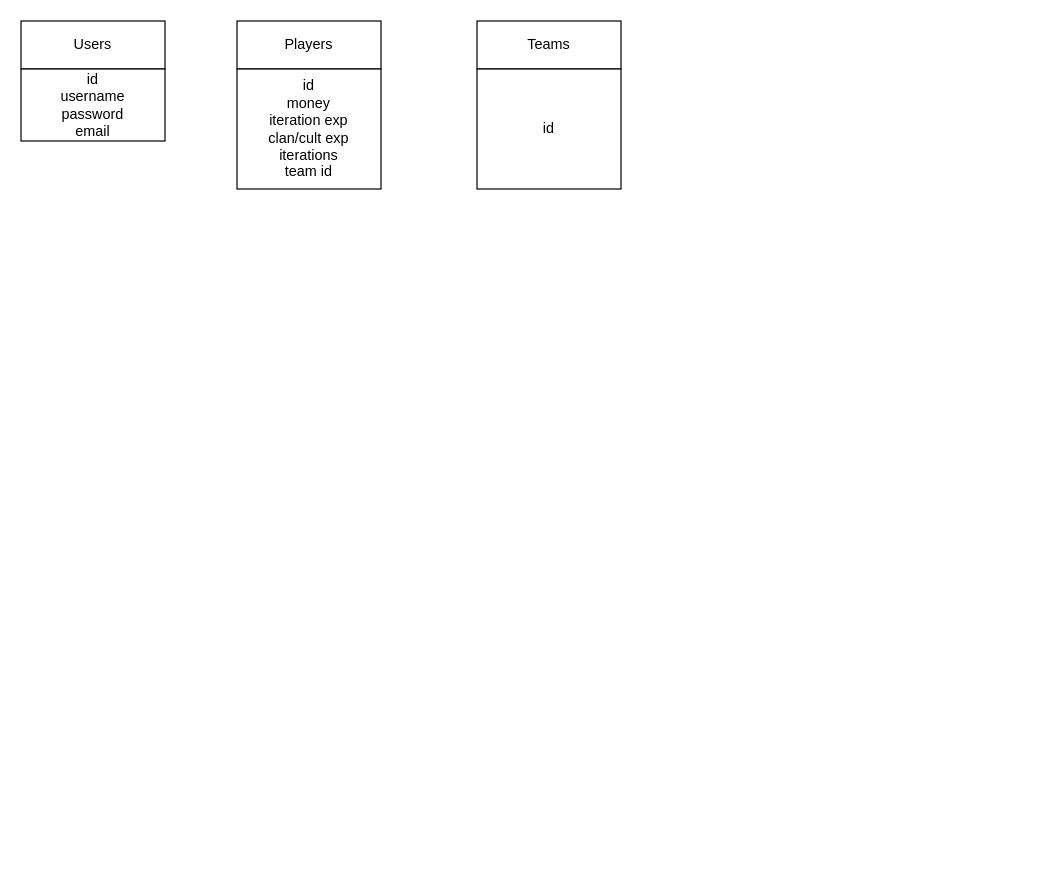
Above: plan/db_scheme.drawio in engnisden/guru (draw.io), before the change. Source tidied: cells renumbered, new cells numbered last; positions are measured from the earlier drawing's top-left corner, leaving out a move shared by most shapes. Both pictures are drawn from the tidied source at 120%, with x=0, y=0 at pixel (20, 20).
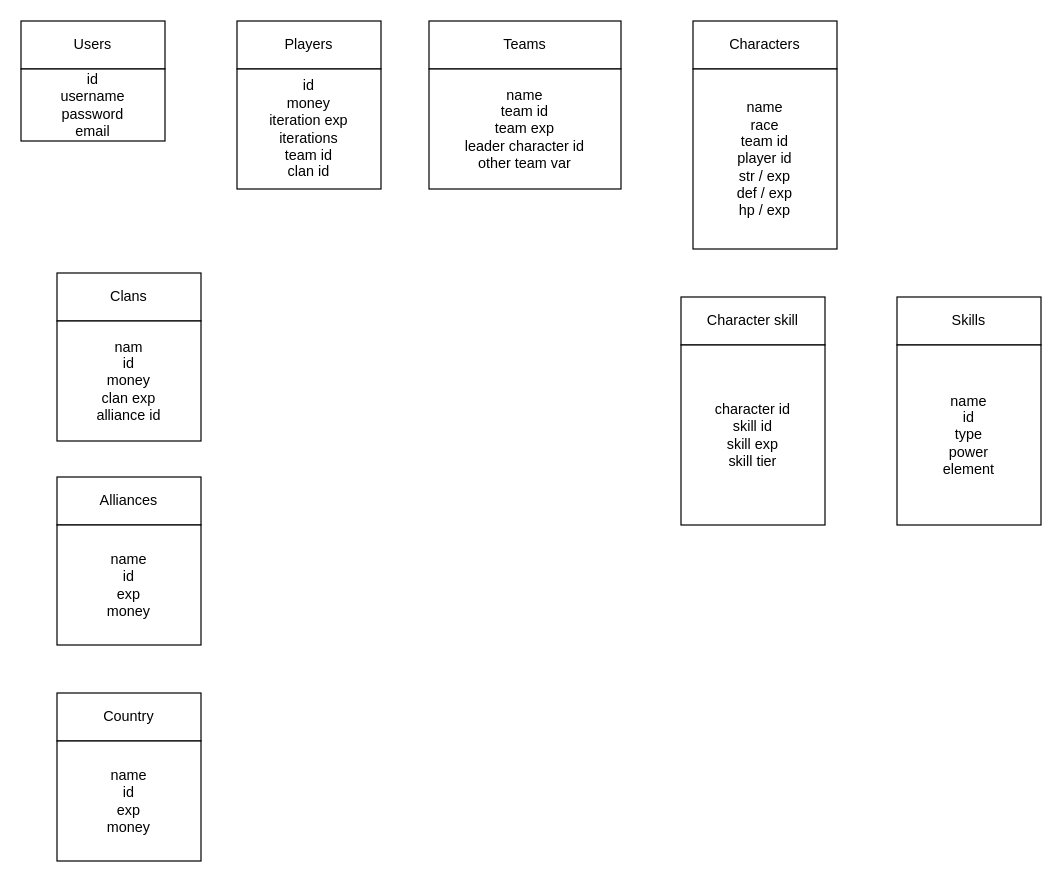
Above is the later version.

What changed in the source:
```diff
@@
 <mxGraphModel>
   <root>
     <mxCell id="0" />
     <mxCell id="1" parent="0" />
     <mxCell id="2" value="Users" style="rounded=0;whiteSpace=wrap;html=1;" parent="1" vertex="1">
       <mxGeometry width="120" height="40" as="geometry" />
     </mxCell>
     <mxCell id="3" value="Players" style="rounded=0;whiteSpace=wrap;html=1;" parent="1" vertex="1">
       <mxGeometry x="180" width="120" height="40" as="geometry" />
     </mxCell>
     <mxCell id="4" value="id&lt;br&gt;username&lt;br&gt;password&lt;br&gt;email" style="rounded=0;whiteSpace=wrap;html=1;" parent="1" vertex="1">
       <mxGeometry y="40" width="120" height="60" as="geometry" />
     </mxCell>
-    <mxCell id="5" value="id&lt;br&gt;money&lt;br&gt;iteration exp&lt;br&gt;clan/cult exp&lt;br&gt;iterations&lt;br&gt;team id" style="rounded=0;whiteSpace=wrap;html=1;" parent="1" vertex="1">
+    <mxCell id="5" value="id&lt;br&gt;money&lt;br&gt;iteration exp&lt;br&gt;iterations&lt;br&gt;team id&lt;br&gt;clan id" style="rounded=0;whiteSpace=wrap;html=1;" parent="1" vertex="1">
       <mxGeometry x="180" y="40" width="120" height="100" as="geometry" />
     </mxCell>
     <mxCell id="6" value="Teams" style="rounded=0;whiteSpace=wrap;html=1;" parent="1" vertex="1">
-      <mxGeometry x="380" width="120" height="40" as="geometry" />
+      <mxGeometry x="340" width="160" height="40" as="geometry" />
     </mxCell>
-    <mxCell id="7" value="id&lt;br&gt;" style="rounded=0;whiteSpace=wrap;html=1;" parent="1" vertex="1">
-      <mxGeometry x="380" y="40" width="120" height="100" as="geometry" />
+    <mxCell id="7" value="name&lt;br&gt;team id&lt;br&gt;team exp&lt;br&gt;leader character id&lt;br&gt;other team var" style="rounded=0;whiteSpace=wrap;html=1;" parent="1" vertex="1">
+      <mxGeometry x="340" y="40" width="160" height="100" as="geometry" />
     </mxCell>
+    <mxCell id="8" value="Characters" style="rounded=0;whiteSpace=wrap;html=1;" parent="1" vertex="1">
+      <mxGeometry x="560" width="120" height="40" as="geometry" />
+    </mxCell>
+    <mxCell id="9" value="name&lt;br&gt;race&lt;br&gt;team id&lt;br&gt;player id&lt;br&gt;str / exp&lt;br&gt;def / exp&lt;br&gt;hp / exp" style="rounded=0;whiteSpace=wrap;html=1;" parent="1" vertex="1">
+      <mxGeometry x="560" y="40" width="120" height="150" as="geometry" />
+    </mxCell>
+    <mxCell id="10" value="Clans" style="rounded=0;whiteSpace=wrap;html=1;" parent="1" vertex="1">
+      <mxGeometry x="30" y="210" width="120" height="40" as="geometry" />
+    </mxCell>
+    <mxCell id="11" value="nam&lt;br&gt;id&lt;br&gt;money&lt;br&gt;clan exp&lt;br&gt;alliance id" style="rounded=0;whiteSpace=wrap;html=1;" parent="1" vertex="1">
+      <mxGeometry x="30" y="250" width="120" height="100" as="geometry" />
+    </mxCell>
+    <mxCell id="12" value="Alliances" style="rounded=0;whiteSpace=wrap;html=1;" parent="1" vertex="1">
+      <mxGeometry x="30" y="380" width="120" height="40" as="geometry" />
+    </mxCell>
+    <mxCell id="13" value="name&lt;br&gt;id&lt;br&gt;exp&lt;br&gt;money" style="rounded=0;whiteSpace=wrap;html=1;" parent="1" vertex="1">
+      <mxGeometry x="30" y="420" width="120" height="100" as="geometry" />
+    </mxCell>
+    <mxCell id="14" value="Country" style="rounded=0;whiteSpace=wrap;html=1;" parent="1" vertex="1">
+      <mxGeometry x="30" y="560" width="120" height="40" as="geometry" />
+    </mxCell>
+    <mxCell id="15" value="name&lt;br&gt;id&lt;br&gt;exp&lt;br&gt;money" style="rounded=0;whiteSpace=wrap;html=1;" parent="1" vertex="1">
+      <mxGeometry x="30" y="600" width="120" height="100" as="geometry" />
+    </mxCell>
+    <mxCell id="16" value="Skills" style="rounded=0;whiteSpace=wrap;html=1;" parent="1" vertex="1">
+      <mxGeometry x="730" y="230" width="120" height="40" as="geometry" />
+    </mxCell>
+    <mxCell id="17" value="name&lt;br&gt;id&lt;br&gt;type&lt;br&gt;power&lt;br&gt;element" style="rounded=0;whiteSpace=wrap;html=1;" parent="1" vertex="1">
+      <mxGeometry x="730" y="270" width="120" height="150" as="geometry" />
+    </mxCell>
+    <mxCell id="18" value="Character skill" style="rounded=0;whiteSpace=wrap;html=1;" parent="1" vertex="1">
+      <mxGeometry x="550" y="230" width="120" height="40" as="geometry" />
+    </mxCell>
+    <mxCell id="19" value="character id&lt;br&gt;skill id&lt;br&gt;skill exp&lt;br&gt;skill tier" style="rounded=0;whiteSpace=wrap;html=1;" parent="1" vertex="1">
+      <mxGeometry x="550" y="270" width="120" height="150" as="geometry" />
+    </mxCell>
   </root>
 </mxGraphModel>
```
